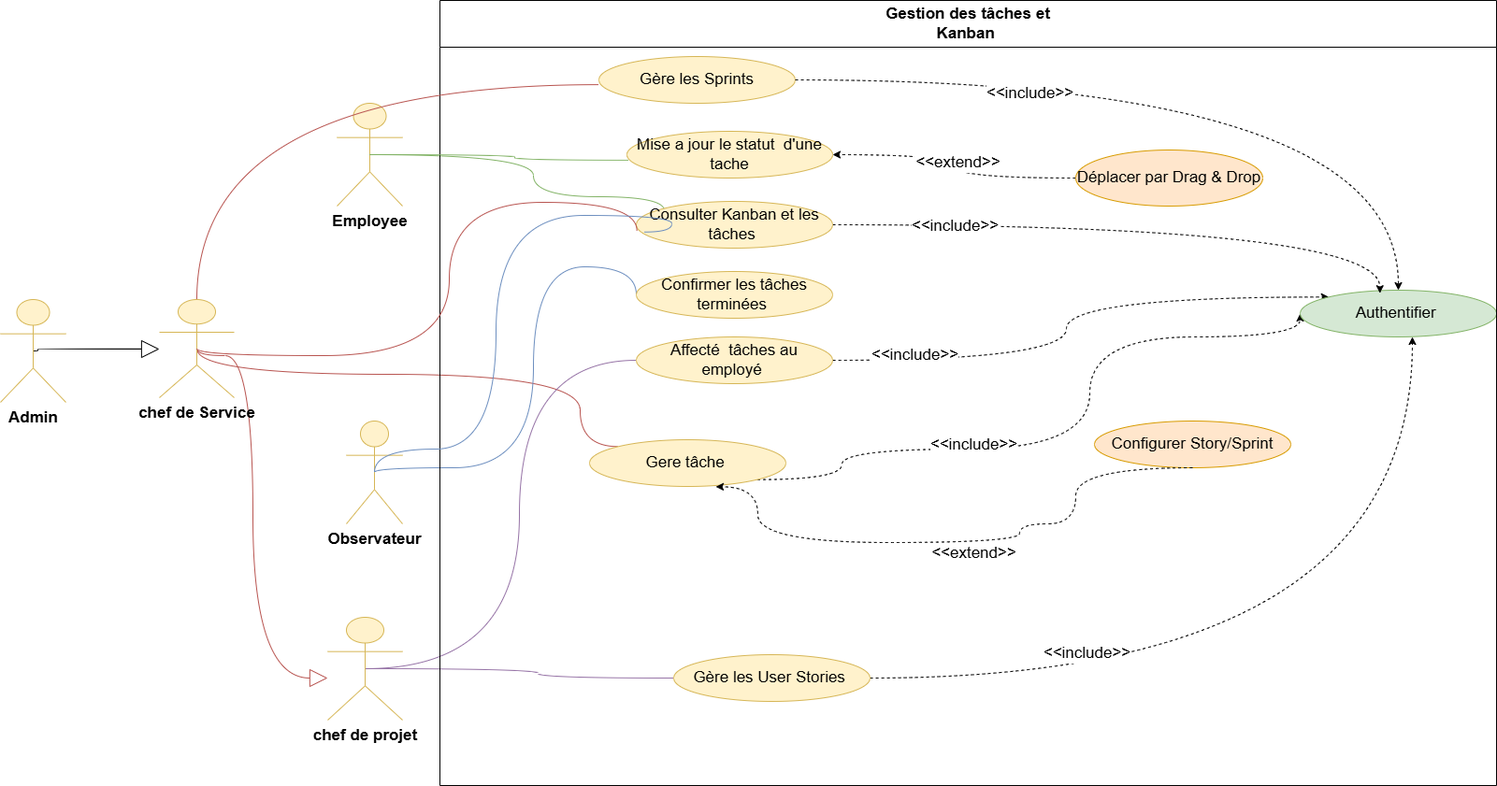
Above: aide/gesttion tache et kanban.drawio.png in omarhabib5/PFEProject (draw.io), before the change. Source tidied: cells renumbered, new cells last; positions are measured from the earlier drawing's top-left corner, leaving out a move shared by most shapes.
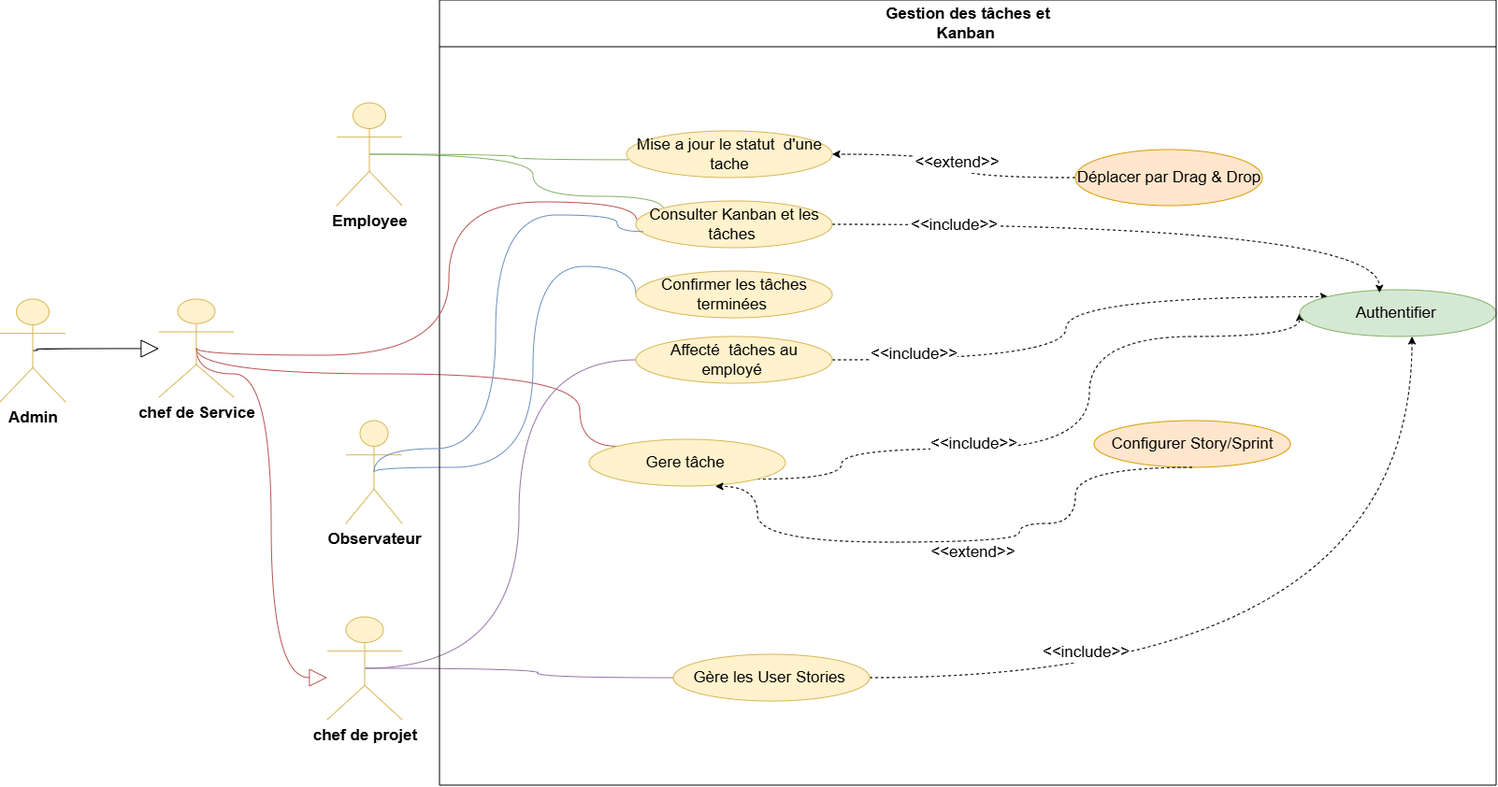
The same file after the commit.

The edit, as a diff of the source:
```diff
@@ -17,8 +17,9 @@
     <mxCell id="4" style="edgeStyle=orthogonalEdgeStyle;curved=1;rounded=0;jettySize=auto;html=1;exitX=0.5;exitY=0.5;exitDx=0;exitDy=0;exitPerimeter=0;endArrow=block;endFill=0;fillColor=#f8cecc;strokeColor=#b85450;fontSize=17;endSize=17;" parent="1" edge="1" source="6" target="9">
       <mxGeometry relative="1" as="geometry">
         <Array as="points">
-          <mxPoint x="270" y="380" />
-          <mxPoint x="270" y="725" />
+          <mxPoint x="210" y="400" />
+          <mxPoint x="290" y="400" />
+          <mxPoint x="290" y="725" />
         </Array>
       </mxGeometry>
     </mxCell>
@@ -97,9 +98,6 @@
     <mxCell id="20" value="Consulter Kanban et les tâches&amp;nbsp;" style="ellipse;whiteSpace=wrap;html=1;fillColor=#fff2cc;strokeColor=#d6b656;fontSize=17;" parent="19" vertex="1">
       <mxGeometry x="210" y="215" width="210" height="50" as="geometry" />
     </mxCell>
-    <mxCell id="21" value="Gère les Sprints" style="ellipse;whiteSpace=wrap;html=1;fillColor=#fff2cc;strokeColor=#d6b656;fontSize=17;" parent="19" vertex="1">
-      <mxGeometry x="170" y="60" width="210" height="50" as="geometry" />
-    </mxCell>
     <mxCell id="22" value="&amp;lt;&amp;lt;include&amp;gt;&amp;gt;" style="edgeLabel;html=1;align=center;verticalAlign=middle;fontSize=17;" parent="19" vertex="1">
       <mxGeometry x="550" y="240" as="geometry">
         <mxPoint y="1" as="offset" />
@@ -164,17 +162,16 @@
     <mxCell id="36" value="Déplacer par Drag &amp;amp; Drop" style="ellipse;whiteSpace=wrap;html=1;fillColor=#ffe6cc;strokeColor=#d79b00;fontSize=17;" parent="19" vertex="1">
       <mxGeometry x="680" y="160" width="200" height="60" as="geometry" />
     </mxCell>
-    <mxCell id="37" style="edgeStyle=orthogonalEdgeStyle;curved=1;rounded=0;jettySize=auto;html=1;exitX=0.5;exitY=0;exitDx=0;exitDy=0;exitPerimeter=0;entryX=-0.001;entryY=0.602;entryDx=0;entryDy=0;entryPerimeter=0;endArrow=none;endFill=0;fillColor=#f8cecc;strokeColor=#b85450;fontSize=17;" parent="1" edge="1" source="6" target="21">
-      <mxGeometry relative="1" as="geometry" />
-    </mxCell>
     <mxCell id="38" style="edgeStyle=orthogonalEdgeStyle;curved=1;rounded=0;jettySize=auto;html=1;exitX=0.5;exitY=0.5;exitDx=0;exitDy=0;exitPerimeter=0;entryX=0.007;entryY=0.617;entryDx=0;entryDy=0;entryPerimeter=0;endArrow=none;endFill=0;fillColor=#d5e8d4;strokeColor=#82b366;fontSize=17;" parent="1" edge="1" source="11" target="25">
       <mxGeometry relative="1" as="geometry" />
     </mxCell>
-    <mxCell id="39" style="edgeStyle=orthogonalEdgeStyle;curved=1;rounded=0;jettySize=auto;html=1;exitX=0.5;exitY=0.5;exitDx=0;exitDy=0;exitPerimeter=0;entryX=0.003;entryY=0.625;entryDx=0;entryDy=0;entryPerimeter=0;endArrow=none;endFill=0;fillColor=#f8cecc;strokeColor=#b85450;fontSize=17;" parent="1" edge="1" source="6" target="20">
+    <mxCell id="39" style="edgeStyle=orthogonalEdgeStyle;curved=1;rounded=0;jettySize=auto;html=1;exitX=0.5;exitY=0.5;exitDx=0;exitDy=0;exitPerimeter=0;entryX=0.003;entryY=0.407;entryDx=0;entryDy=0;entryPerimeter=0;endArrow=none;endFill=0;fillColor=#f8cecc;strokeColor=#b85450;fontSize=17;" parent="1" edge="1" source="6" target="20">
       <mxGeometry relative="1" as="geometry">
         <Array as="points">
+          <mxPoint x="210" y="380" />
           <mxPoint x="480" y="380" />
           <mxPoint x="480" y="216" />
+          <mxPoint x="681" y="216" />
         </Array>
       </mxGeometry>
     </mxCell>
@@ -184,15 +181,10 @@
           <mxPoint x="400" y="480" />
           <mxPoint x="530" y="480" />
           <mxPoint x="530" y="230" />
-          <mxPoint x="718" y="230" />
+          <mxPoint x="660" y="230" />
+          <mxPoint x="660" y="248" />
         </Array>
       </mxGeometry>
     </mxCell>
-    <mxCell id="41" style="edgeStyle=orthogonalEdgeStyle;curved=1;rounded=0;jettySize=auto;html=1;exitX=1;exitY=0.5;exitDx=0;exitDy=0;dashed=1;fontSize=17;entryX=0.5;entryY=0;entryDx=0;entryDy=0;" parent="1" edge="1" source="21" target="17">
-      <mxGeometry relative="1" as="geometry" />
-    </mxCell>
-    <mxCell id="42" value="&amp;lt;&amp;lt;include&amp;gt;&amp;gt;" style="edgeLabel;html=1;align=center;verticalAlign=middle;fontSize=17;" parent="41" vertex="1">
-      <mxGeometry x="-0.43" y="-14" relative="1" as="geometry" />
-    </mxCell>
   </root>
 </mxGraphModel>
```
